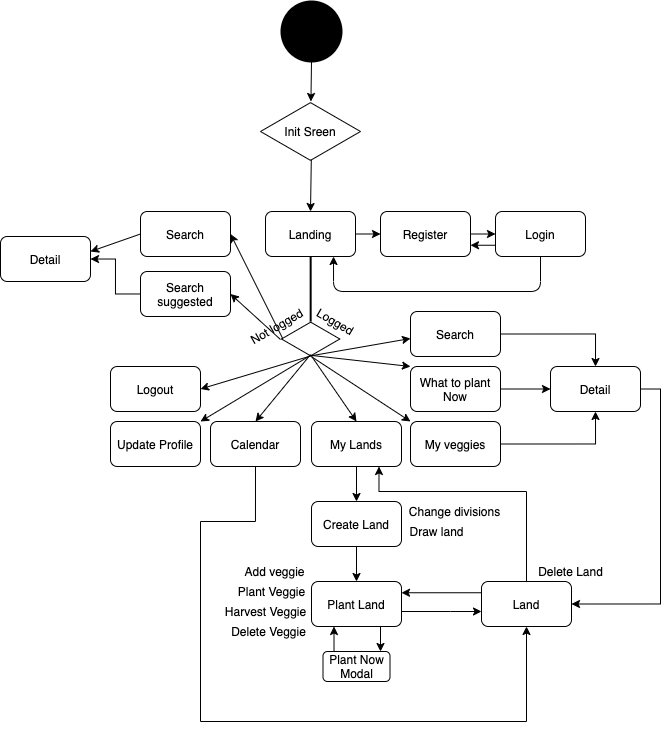
sofsscosta/HOORT keeps this draw.io diagram as images/flowchart.png. Above is the earlier version. Source tidied: cells renumbered, new cells last; positions are measured from the earlier drawing's top-left corner, leaving out a move shared by most shapes.
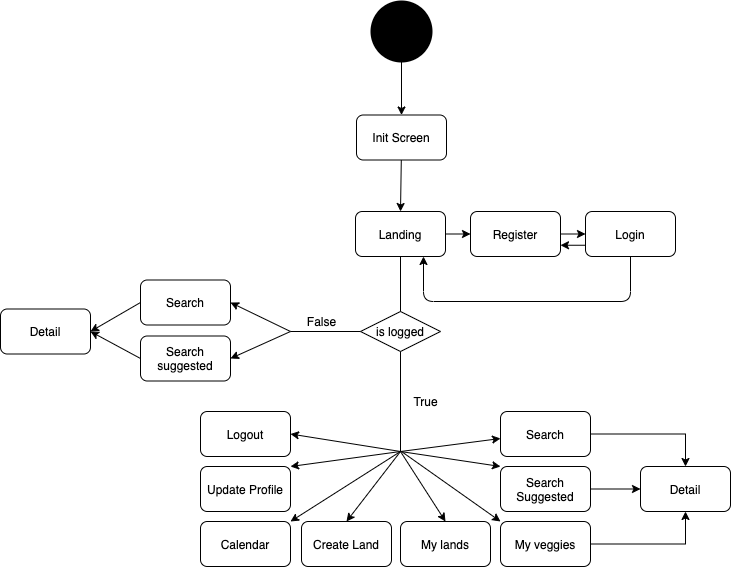
The same file after the commit.

What changed in the source:
```diff
@@ -1,40 +1,36 @@
-<mxGraphModel background="#ffffff">
+<mxGraphModel>
   <root>
     <mxCell id="0" />
     <mxCell id="1" parent="0" />
-    <mxCell id="2" style="strokeWidth=2;html=1;shape=mxgraph.flowchart.start_2;whiteSpace=wrap;fillColor=#000000;" parent="1" vertex="1">
-      <mxGeometry x="281" width="60" height="60" as="geometry" />
-    </mxCell>
-    <mxCell id="3" style="endArrow=classic;html=1;exitX=0.5;exitY=1;exitDx=0;exitDy=0;exitPerimeter=0;" parent="1" edge="1" source="2" target="4">
-      <mxGeometry relative="1" as="geometry" />
-    </mxCell>
-    <mxCell id="4" value="Init Sreen" style="html=1;whiteSpace=wrap;shape=isoRectangle;fillColor=#FFFFFF;gradientColor=#ffffff;" parent="1" vertex="1">
-      <mxGeometry x="260" y="100" width="100" height="60" as="geometry" />
-    </mxCell>
-    <mxCell id="5" style="edgeStyle=orthogonalEdgeStyle;rounded=0;jettySize=auto;html=1;" parent="1" edge="1" source="6" target="7">
-      <mxGeometry relative="1" as="geometry" />
-    </mxCell>
+    <mxCell id="62" style="strokeWidth=2;html=1;shape=mxgraph.flowchart.start_2;whiteSpace=wrap;fillColor=#000000;" parent="1" vertex="1">
+      <mxGeometry x="171" y="130" width="60" height="60" as="geometry" />
+    </mxCell>
+    <mxCell id="63" style="endArrow=classic;html=1;exitX=0.5;exitY=1;exitDx=0;exitDy=0;exitPerimeter=0;entryX=0.5;entryY=0;entryDx=0;entryDy=0;" parent="1" edge="1" source="62" target="85">
+      <mxGeometry relative="1" as="geometry" />
+    </mxCell>
     <mxCell id="6" value="Search suggested" style="rounded=1;whiteSpace=wrap;html=1;fillColor=#FFFFFF;gradientColor=#ffffff;" parent="1" vertex="1">
-      <mxGeometry x="140" y="270" width="90" height="45" as="geometry" />
+      <mxGeometry x="-60" y="464.5" width="90" height="45" as="geometry" />
     </mxCell>
-    <mxCell id="7" value="Detail" style="rounded=1;whiteSpace=wrap;html=1;fillColor=#FFFFFF;gradientColor=#ffffff;" parent="1" vertex="1">
-      <mxGeometry y="235" width="90" height="45" as="geometry" />
-    </mxCell>
-    <mxCell id="8" value="Search" style="rounded=1;whiteSpace=wrap;html=1;fillColor=#FFFFFF;gradientColor=#ffffff;" parent="1" vertex="1">
-      <mxGeometry x="140" y="210" width="90" height="45" as="geometry" />
-    </mxCell>
+    <mxCell id="64" value="Detail" style="rounded=1;whiteSpace=wrap;html=1;fillColor=#FFFFFF;gradientColor=#ffffff;" parent="1" vertex="1">
+      <mxGeometry x="-200" y="437.5" width="90" height="45" as="geometry" />
+    </mxCell>
+    <mxCell id="65" value="Search" style="rounded=1;whiteSpace=wrap;html=1;fillColor=#FFFFFF;gradientColor=#ffffff;" parent="1" vertex="1">
+      <mxGeometry x="-60" y="408.5" width="90" height="45" as="geometry" />
+    </mxCell>
     <mxCell id="9" value="Register&lt;span style=&quot;color: rgba(0 , 0 , 0 , 0) ; font-family: monospace ; font-size: 0px ; white-space: nowrap&quot;&gt;%3CmxGraphModel%3E%3Croot%3E%3CmxCell%20id%3D%220%22%2F%3E%3CmxCell%20id%3D%221%22%20parent%3D%220%22%2F%3E%3CmxCell%20id%3D%222%22%20value%3D%22Search%20suggested%22%20style%3D%22rounded%3D1%3BwhiteSpace%3Dwrap%3Bhtml%3D1%3BfillColor%3D%23FFFFFF%3BgradientColor%3D%23ffffff%3B%22%20vertex%3D%221%22%20parent%3D%221%22%3E%3CmxGeometry%20x%3D%22240%22%20y%3D%22290%22%20width%3D%2290%22%20height%3D%2245%22%20as%3D%22geometry%22%2F%3E%3C%2FmxCell%3E%3C%2Froot%3E%3C%2FmxGraphModel%3E&lt;/span&gt;" style="rounded=1;whiteSpace=wrap;html=1;fillColor=#FFFFFF;gradientColor=#ffffff;" parent="1" vertex="1">
-      <mxGeometry x="380" y="210" width="90" height="45" as="geometry" />
+      <mxGeometry x="270" y="340" width="90" height="45" as="geometry" />
     </mxCell>
     <mxCell id="10" value="Login" style="rounded=1;whiteSpace=wrap;html=1;fillColor=#FFFFFF;gradientColor=#ffffff;" parent="1" vertex="1">
-      <mxGeometry x="495" y="210" width="90" height="45" as="geometry" />
+      <mxGeometry x="385" y="340" width="90" height="45" as="geometry" />
     </mxCell>
     <mxCell id="11" value="Landing" style="rounded=1;whiteSpace=wrap;html=1;fillColor=#FFFFFF;gradientColor=#ffffff;" parent="1" vertex="1">
-      <mxGeometry x="265" y="210" width="90" height="45" as="geometry" />
+      <mxGeometry x="155" y="340" width="90" height="45" as="geometry" />
     </mxCell>
-    <mxCell id="12" style="endArrow=classic;html=1;exitX=0.508;exitY=0.969;exitDx=0;exitDy=0;exitPerimeter=0;entryX=0.5;entryY=0;entryDx=0;entryDy=0;" parent="1" edge="1" source="4" target="11">
-      <mxGeometry relative="1" as="geometry" />
-    </mxCell>
+    <mxCell id="66" style="endArrow=classic;html=1;exitX=0.508;exitY=0.969;exitDx=0;exitDy=0;exitPerimeter=0;entryX=0.5;entryY=0;entryDx=0;entryDy=0;" parent="1" edge="1" target="11">
+      <mxGeometry relative="1" as="geometry">
+        <mxPoint x="200.8" y="288.1" as="sourcePoint" />
+      </mxGeometry>
+    </mxCell>
     <mxCell id="13" style="endArrow=classic;html=1;exitX=1;exitY=0.5;exitDx=0;exitDy=0;entryX=0;entryY=0.5;entryDx=0;entryDy=0;" parent="1" edge="1" source="9" target="10">
       <mxGeometry relative="1" as="geometry" />
     </mxCell>
@@ -44,174 +40,131 @@
     <mxCell id="15" style="edgeStyle=segmentEdgeStyle;endArrow=classic;html=1;exitX=0.5;exitY=1;exitDx=0;exitDy=0;" parent="1" edge="1" source="10" target="11">
       <mxGeometry relative="1" as="geometry">
         <Array as="points">
-          <mxPoint x="540" y="290" />
-          <mxPoint x="333" y="290" />
+          <mxPoint x="430" y="430" />
+          <mxPoint x="223" y="430" />
         </Array>
       </mxGeometry>
     </mxCell>
     <mxCell id="16" style="endArrow=classic;html=1;entryX=0;entryY=0.5;entryDx=0;entryDy=0;exitX=1;exitY=0.5;exitDx=0;exitDy=0;" parent="1" edge="1" source="11" target="9">
       <mxGeometry relative="1" as="geometry" />
     </mxCell>
-    <mxCell id="17" style="html=1;whiteSpace=wrap;shape=isoRectangle;fillColor=#FFFFFF;gradientColor=#ffffff;" parent="1" vertex="1">
-      <mxGeometry x="281" y="320" width="58.3" height="35" as="geometry" />
-    </mxCell>
-    <mxCell id="18" style="line;strokeWidth=2;direction=south;html=1;fillColor=#FFFFFF;gradientColor=#ffffff;" parent="1" vertex="1">
-      <mxGeometry x="305.2" y="255" width="10" height="65" as="geometry" />
-    </mxCell>
-    <mxCell id="19" value="Not logged" style="text;html=1;align=center;verticalAlign=middle;points=[];rotation=-30;" parent="1" vertex="1">
-      <mxGeometry x="241" y="315" width="70" height="20" as="geometry" />
-    </mxCell>
-    <mxCell id="20" value="Logged" style="text;html=1;align=center;verticalAlign=middle;rotation=30;" parent="1" vertex="1">
-      <mxGeometry x="305.2" y="310" width="60" height="20" as="geometry" />
-    </mxCell>
-    <mxCell id="21" style="endArrow=classic;html=1;entryX=1;entryY=0.5;entryDx=0;entryDy=0;" parent="1" edge="1" target="6">
-      <mxGeometry relative="1" as="geometry">
-        <mxPoint x="280" y="338" as="sourcePoint" />
-      </mxGeometry>
-    </mxCell>
-    <mxCell id="22" style="endArrow=classic;html=1;exitX=0.491;exitY=1.158;exitDx=0;exitDy=0;exitPerimeter=0;entryX=1;entryY=0.5;entryDx=0;entryDy=0;" parent="1" edge="1" source="19" target="8">
-      <mxGeometry relative="1" as="geometry" />
-    </mxCell>
-    <mxCell id="23" style="endArrow=classic;html=1;exitX=0.5;exitY=0.982;exitDx=0;exitDy=0;exitPerimeter=0;" parent="1" edge="1" source="17">
-      <mxGeometry relative="1" as="geometry">
-        <mxPoint x="410" y="337" as="targetPoint" />
-      </mxGeometry>
-    </mxCell>
-    <mxCell id="24" style="edgeStyle=orthogonalEdgeStyle;rounded=0;jettySize=auto;html=1;exitX=1;exitY=0.5;exitDx=0;exitDy=0;entryX=0.5;entryY=0;entryDx=0;entryDy=0;" parent="1" edge="1" source="25" target="52">
-      <mxGeometry relative="1" as="geometry" />
-    </mxCell>
-    <mxCell id="25" value="Search" style="rounded=1;whiteSpace=wrap;html=1;fillColor=#FFFFFF;gradientColor=#ffffff;" parent="1" vertex="1">
-      <mxGeometry x="410" y="310" width="90" height="45" as="geometry" />
-    </mxCell>
-    <mxCell id="26" style="edgeStyle=orthogonalEdgeStyle;rounded=0;jettySize=auto;html=1;exitX=1;exitY=0.5;exitDx=0;exitDy=0;entryX=0;entryY=0.5;entryDx=0;entryDy=0;" parent="1" edge="1" source="27" target="52">
-      <mxGeometry relative="1" as="geometry" />
-    </mxCell>
-    <mxCell id="27" value="What to plant Now" style="rounded=1;whiteSpace=wrap;html=1;fillColor=#FFFFFF;gradientColor=#ffffff;" parent="1" vertex="1">
-      <mxGeometry x="410" y="365" width="90" height="45" as="geometry" />
-    </mxCell>
-    <mxCell id="28" style="endArrow=classic;html=1;exitX=0;exitY=0.5;exitDx=0;exitDy=0;" parent="1" edge="1" source="8">
-      <mxGeometry relative="1" as="geometry">
-        <mxPoint x="90" y="250" as="targetPoint" />
-      </mxGeometry>
-    </mxCell>
-    <mxCell id="29" style="endArrow=classic;html=1;entryX=0;entryY=0;entryDx=0;entryDy=0;exitX=0.495;exitY=0.966;exitDx=0;exitDy=0;exitPerimeter=0;" parent="1" edge="1" source="17" target="27">
-      <mxGeometry relative="1" as="geometry" />
-    </mxCell>
-    <mxCell id="30" style="edgeStyle=orthogonalEdgeStyle;rounded=0;jettySize=auto;html=1;exitX=1;exitY=0.5;exitDx=0;exitDy=0;entryX=0.5;entryY=1;entryDx=0;entryDy=0;" parent="1" edge="1" source="31" target="52">
-      <mxGeometry relative="1" as="geometry" />
-    </mxCell>
+    <mxCell id="67" style="endArrow=classic;html=1;entryX=1;entryY=0.5;entryDx=0;entryDy=0;" parent="1" edge="1" target="6">
+      <mxGeometry relative="1" as="geometry">
+        <mxPoint x="90" y="460" as="sourcePoint" />
+      </mxGeometry>
+    </mxCell>
+    <mxCell id="68" style="endArrow=classic;html=1;entryX=1;entryY=0.5;entryDx=0;entryDy=0;" parent="1" edge="1" target="65">
+      <mxGeometry relative="1" as="geometry">
+        <mxPoint x="90" y="460" as="sourcePoint" />
+      </mxGeometry>
+    </mxCell>
+    <mxCell id="69" style="endArrow=classic;html=1;" parent="1" edge="1">
+      <mxGeometry relative="1" as="geometry">
+        <mxPoint x="200" y="580" as="sourcePoint" />
+        <mxPoint x="300" y="567" as="targetPoint" />
+      </mxGeometry>
+    </mxCell>
+    <mxCell id="70" style="edgeStyle=orthogonalEdgeStyle;rounded=0;jettySize=auto;html=1;exitX=1;exitY=0.5;exitDx=0;exitDy=0;entryX=0.5;entryY=0;entryDx=0;entryDy=0;" parent="1" edge="1" source="71" target="82">
+      <mxGeometry relative="1" as="geometry" />
+    </mxCell>
+    <mxCell id="71" value="Search" style="rounded=1;whiteSpace=wrap;html=1;fillColor=#FFFFFF;gradientColor=#ffffff;" parent="1" vertex="1">
+      <mxGeometry x="300" y="540" width="90" height="45" as="geometry" />
+    </mxCell>
+    <mxCell id="72" style="edgeStyle=orthogonalEdgeStyle;rounded=0;jettySize=auto;html=1;exitX=1;exitY=0.5;exitDx=0;exitDy=0;entryX=0;entryY=0.5;entryDx=0;entryDy=0;" parent="1" edge="1" source="73" target="82">
+      <mxGeometry relative="1" as="geometry" />
+    </mxCell>
+    <mxCell id="73" value="Search Suggested" style="rounded=1;whiteSpace=wrap;html=1;fillColor=#FFFFFF;gradientColor=#ffffff;" parent="1" vertex="1">
+      <mxGeometry x="300" y="595" width="90" height="45" as="geometry" />
+    </mxCell>
+    <mxCell id="74" style="endArrow=classic;html=1;exitX=0;exitY=0.5;exitDx=0;exitDy=0;entryX=1;entryY=0.5;entryDx=0;entryDy=0;" parent="1" edge="1" source="65" target="64">
+      <mxGeometry relative="1" as="geometry" />
+    </mxCell>
+    <mxCell id="75" style="endArrow=classic;html=1;entryX=0;entryY=0;entryDx=0;entryDy=0;" parent="1" edge="1" target="73">
+      <mxGeometry relative="1" as="geometry">
+        <mxPoint x="200" y="580" as="sourcePoint" />
+      </mxGeometry>
+    </mxCell>
+    <mxCell id="76" style="edgeStyle=orthogonalEdgeStyle;rounded=0;jettySize=auto;html=1;exitX=1;exitY=0.5;exitDx=0;exitDy=0;entryX=0.5;entryY=1;entryDx=0;entryDy=0;" parent="1" edge="1" source="31" target="82">
+      <mxGeometry relative="1" as="geometry" />
+    </mxCell>
     <mxCell id="31" value="My veggies" style="rounded=1;whiteSpace=wrap;html=1;fillColor=#FFFFFF;gradientColor=#ffffff;" parent="1" vertex="1">
-      <mxGeometry x="410" y="420" width="90" height="45" as="geometry" />
+      <mxGeometry x="300" y="650" width="90" height="45" as="geometry" />
     </mxCell>
-    <mxCell id="32" style="edgeStyle=orthogonalEdgeStyle;rounded=0;jettySize=auto;html=1;" parent="1" edge="1" source="33" target="35">
-      <mxGeometry relative="1" as="geometry" />
-    </mxCell>
-    <mxCell id="33" value="My Lands" style="rounded=1;whiteSpace=wrap;html=1;fillColor=#FFFFFF;gradientColor=#ffffff;" parent="1" vertex="1">
-      <mxGeometry x="311" y="420" width="90" height="45" as="geometry" />
-    </mxCell>
-    <mxCell id="34" style="edgeStyle=orthogonalEdgeStyle;rounded=0;jettySize=auto;html=1;" parent="1" edge="1" source="35" target="38">
-      <mxGeometry relative="1" as="geometry" />
-    </mxCell>
     <mxCell id="35" value="Create Land" style="rounded=1;whiteSpace=wrap;html=1;fillColor=#FFFFFF;gradientColor=#ffffff;" parent="1" vertex="1">
-      <mxGeometry x="311" y="500" width="90" height="45" as="geometry" />
+      <mxGeometry x="101" y="650" width="90" height="45" as="geometry" />
     </mxCell>
-    <mxCell id="36" style="edgeStyle=orthogonalEdgeStyle;rounded=0;jettySize=auto;html=1;" parent="1" edge="1" source="38" target="41">
-      <mxGeometry relative="1" as="geometry">
-        <Array as="points">
-          <mxPoint x="450" y="610" />
-          <mxPoint x="450" y="610" />
-        </Array>
-      </mxGeometry>
-    </mxCell>
-    <mxCell id="37" style="edgeStyle=orthogonalEdgeStyle;rounded=0;orthogonalLoop=1;jettySize=auto;html=1;" parent="1" edge="1">
-      <mxGeometry relative="1" as="geometry">
-        <mxPoint x="380" y="625" as="sourcePoint" />
-        <mxPoint x="380" y="650" as="targetPoint" />
-      </mxGeometry>
-    </mxCell>
-    <mxCell id="38" value="Plant Land" style="rounded=1;whiteSpace=wrap;html=1;fillColor=#FFFFFF;gradientColor=#ffffff;" parent="1" vertex="1">
-      <mxGeometry x="311" y="580" width="90" height="45" as="geometry" />
-    </mxCell>
-    <mxCell id="39" value="Plant Now Modal" style="rounded=1;whiteSpace=wrap;html=1;fillColor=#FFFFFF;gradientColor=#ffffff;" parent="1" vertex="1">
-      <mxGeometry x="322.5" y="650" width="67" height="30" as="geometry" />
-    </mxCell>
-    <mxCell id="40" style="edgeStyle=orthogonalEdgeStyle;rounded=0;jettySize=auto;html=1;exitX=0.5;exitY=0;exitDx=0;exitDy=0;entryX=0.75;entryY=1;entryDx=0;entryDy=0;" parent="1" edge="1" source="41" target="33">
-      <mxGeometry relative="1" as="geometry">
-        <Array as="points">
-          <mxPoint x="526" y="490" />
-          <mxPoint x="379" y="490" />
-        </Array>
-      </mxGeometry>
-    </mxCell>
-    <mxCell id="41" value="Land" style="rounded=1;whiteSpace=wrap;html=1;fillColor=#FFFFFF;gradientColor=#ffffff;" parent="1" vertex="1">
-      <mxGeometry x="481" y="580" width="90" height="45" as="geometry" />
-    </mxCell>
-    <mxCell id="42" style="edgeStyle=orthogonalEdgeStyle;rounded=0;jettySize=auto;html=1;exitX=0.5;exitY=1;exitDx=0;exitDy=0;entryX=0.5;entryY=1;entryDx=0;entryDy=0;" parent="1" edge="1" source="43" target="41">
-      <mxGeometry relative="1" as="geometry">
-        <Array as="points">
-          <mxPoint x="255" y="520" />
-          <mxPoint x="200" y="520" />
-          <mxPoint x="200" y="720" />
-          <mxPoint x="526" y="720" />
-        </Array>
-      </mxGeometry>
-    </mxCell>
     <mxCell id="43" value="Calendar" style="rounded=1;whiteSpace=wrap;html=1;fillColor=#FFFFFF;gradientColor=#ffffff;" parent="1" vertex="1">
-      <mxGeometry x="210" y="420" width="90" height="45" as="geometry" />
+      <mxGeometry y="650" width="90" height="45" as="geometry" />
     </mxCell>
     <mxCell id="44" value="Update Profile" style="rounded=1;whiteSpace=wrap;html=1;fillColor=#FFFFFF;gradientColor=#ffffff;" parent="1" vertex="1">
-      <mxGeometry x="110" y="420" width="90" height="45" as="geometry" />
+      <mxGeometry y="595" width="90" height="45" as="geometry" />
     </mxCell>
-    <mxCell id="45" style="endArrow=classic;html=1;entryX=0;entryY=0;entryDx=0;entryDy=0;exitX=0.524;exitY=1.016;exitDx=0;exitDy=0;exitPerimeter=0;" parent="1" edge="1" source="17" target="31">
-      <mxGeometry relative="1" as="geometry" />
-    </mxCell>
-    <mxCell id="46" style="endArrow=classic;html=1;entryX=0.5;entryY=0;entryDx=0;entryDy=0;exitX=0.505;exitY=0.967;exitDx=0;exitDy=0;exitPerimeter=0;" parent="1" edge="1" source="17" target="33">
-      <mxGeometry relative="1" as="geometry" />
-    </mxCell>
-    <mxCell id="47" style="endArrow=classic;html=1;entryX=0.5;entryY=0;entryDx=0;entryDy=0;exitX=0.495;exitY=0.951;exitDx=0;exitDy=0;exitPerimeter=0;" parent="1" edge="1" source="17" target="43">
-      <mxGeometry relative="1" as="geometry" />
-    </mxCell>
+    <mxCell id="77" style="endArrow=classic;html=1;entryX=0;entryY=0;entryDx=0;entryDy=0;" parent="1" edge="1" target="31">
+      <mxGeometry relative="1" as="geometry">
+        <mxPoint x="201" y="580" as="sourcePoint" />
+      </mxGeometry>
+    </mxCell>
+    <mxCell id="78" style="endArrow=classic;html=1;entryX=0.5;entryY=0;entryDx=0;entryDy=0;" parent="1" edge="1" target="35">
+      <mxGeometry relative="1" as="geometry">
+        <mxPoint x="200" y="580" as="sourcePoint" />
+      </mxGeometry>
+    </mxCell>
+    <mxCell id="79" style="endArrow=classic;html=1;entryX=1;entryY=0;entryDx=0;entryDy=0;" parent="1" edge="1" target="43">
+      <mxGeometry relative="1" as="geometry">
+        <mxPoint x="200" y="580" as="sourcePoint" />
+      </mxGeometry>
+    </mxCell>
     <mxCell id="48" value="Logout" style="rounded=1;whiteSpace=wrap;html=1;fillColor=#FFFFFF;gradientColor=#ffffff;" parent="1" vertex="1">
-      <mxGeometry x="110" y="365" width="90" height="45" as="geometry" />
+      <mxGeometry y="540" width="90" height="45" as="geometry" />
     </mxCell>
-    <mxCell id="49" style="endArrow=classic;html=1;entryX=1;entryY=0;entryDx=0;entryDy=0;exitX=0.5;exitY=0.965;exitDx=0;exitDy=0;exitPerimeter=0;" parent="1" edge="1" source="17" target="44">
-      <mxGeometry relative="1" as="geometry" />
-    </mxCell>
-    <mxCell id="50" style="endArrow=classic;html=1;entryX=1;entryY=0.5;entryDx=0;entryDy=0;exitX=0.496;exitY=0.987;exitDx=0;exitDy=0;exitPerimeter=0;" parent="1" edge="1" source="17" target="48">
-      <mxGeometry relative="1" as="geometry" />
-    </mxCell>
-    <mxCell id="51" style="edgeStyle=orthogonalEdgeStyle;rounded=0;jettySize=auto;html=1;exitX=1;exitY=0.5;exitDx=0;exitDy=0;entryX=1;entryY=0.5;entryDx=0;entryDy=0;" parent="1" edge="1" source="52" target="41">
-      <mxGeometry relative="1" as="geometry" />
-    </mxCell>
-    <mxCell id="52" value="Detail" style="rounded=1;whiteSpace=wrap;html=1;fillColor=#FFFFFF;gradientColor=#ffffff;" parent="1" vertex="1">
-      <mxGeometry x="550" y="365" width="90" height="45" as="geometry" />
-    </mxCell>
-    <mxCell id="53" value="Add veggie" style="text;html=1;align=center;verticalAlign=middle;" parent="1" vertex="1">
-      <mxGeometry x="234" y="560" width="80" height="20" as="geometry" />
-    </mxCell>
-    <mxCell id="54" value="Plant Veggie" style="text;html=1;align=center;verticalAlign=middle;" parent="1" vertex="1">
-      <mxGeometry x="231" y="580" width="80" height="20" as="geometry" />
-    </mxCell>
-    <mxCell id="55" value="Harvest Veggie" style="text;html=1;align=center;verticalAlign=middle;" parent="1" vertex="1">
-      <mxGeometry x="215.2" y="600" width="100" height="20" as="geometry" />
-    </mxCell>
-    <mxCell id="56" value="Delete Veggie" style="text;html=1;align=center;verticalAlign=middle;" parent="1" vertex="1">
-      <mxGeometry x="223" y="620" width="90" height="20" as="geometry" />
-    </mxCell>
-    <mxCell id="57" value="Change divisions" style="text;html=1;align=center;verticalAlign=middle;" parent="1" vertex="1">
-      <mxGeometry x="399" y="500" width="110" height="20" as="geometry" />
-    </mxCell>
-    <mxCell id="58" value="Draw land" style="text;html=1;align=center;verticalAlign=middle;" parent="1" vertex="1">
-      <mxGeometry x="401" y="520" width="70" height="20" as="geometry" />
-    </mxCell>
-    <mxCell id="59" style="edgeStyle=orthogonalEdgeStyle;rounded=0;jettySize=auto;html=1;exitX=0.25;exitY=0;exitDx=0;exitDy=0;entryX=0.25;entryY=1;entryDx=0;entryDy=0;" parent="1" edge="1" source="39" target="38">
-      <mxGeometry relative="1" as="geometry" />
-    </mxCell>
-    <mxCell id="60" style="edgeStyle=orthogonalEdgeStyle;rounded=0;jettySize=auto;html=1;exitX=0;exitY=0.25;exitDx=0;exitDy=0;entryX=1;entryY=0.25;entryDx=0;entryDy=0;" parent="1" edge="1" source="41" target="38">
-      <mxGeometry relative="1" as="geometry" />
-    </mxCell>
-    <mxCell id="61" value="Delete Land" style="text;html=1;align=center;verticalAlign=middle;" parent="1" vertex="1">
-      <mxGeometry x="530" y="560" width="80" height="20" as="geometry" />
-    </mxCell>
+    <mxCell id="80" style="endArrow=classic;html=1;entryX=1;entryY=0;entryDx=0;entryDy=0;" parent="1" edge="1" target="44">
+      <mxGeometry relative="1" as="geometry">
+        <mxPoint x="200" y="580" as="sourcePoint" />
+      </mxGeometry>
+    </mxCell>
+    <mxCell id="81" style="endArrow=classic;html=1;entryX=1;entryY=0.5;entryDx=0;entryDy=0;" parent="1" edge="1" target="48">
+      <mxGeometry relative="1" as="geometry">
+        <mxPoint x="200" y="580" as="sourcePoint" />
+      </mxGeometry>
+    </mxCell>
+    <mxCell id="82" value="Detail" style="rounded=1;whiteSpace=wrap;html=1;fillColor=#FFFFFF;gradientColor=#ffffff;" parent="1" vertex="1">
+      <mxGeometry x="440" y="595" width="90" height="45" as="geometry" />
+    </mxCell>
+    <mxCell id="83" value="My lands" style="rounded=1;whiteSpace=wrap;html=1;fillColor=#FFFFFF;gradientColor=#ffffff;" parent="1" vertex="1">
+      <mxGeometry x="200" y="650" width="90" height="45" as="geometry" />
+    </mxCell>
+    <mxCell id="84" style="endArrow=classic;html=1;entryX=0.5;entryY=0;entryDx=0;entryDy=0;" parent="1" edge="1" target="83">
+      <mxGeometry relative="1" as="geometry">
+        <mxPoint x="200" y="580" as="sourcePoint" />
+      </mxGeometry>
+    </mxCell>
+    <mxCell id="85" value="Init Screen" style="rounded=1;whiteSpace=wrap;html=1;fillColor=#FFFFFF;gradientColor=#ffffff;" parent="1" vertex="1">
+      <mxGeometry x="156" y="243.5" width="90" height="45" as="geometry" />
+    </mxCell>
+    <mxCell id="86" style="endArrow=classic;html=1;exitX=0;exitY=0.5;exitDx=0;exitDy=0;entryX=1;entryY=0.5;entryDx=0;entryDy=0;" parent="1" edge="1" source="6" target="64">
+      <mxGeometry relative="1" as="geometry" />
+    </mxCell>
+    <mxCell id="87" value="is logged" style="rhombus;whiteSpace=wrap;html=1;" parent="1" vertex="1">
+      <mxGeometry x="160" y="440" width="80" height="40" as="geometry" />
+    </mxCell>
+    <mxCell id="88" style="endArrow=none;html=1;exitX=0.5;exitY=1;exitDx=0;exitDy=0;entryX=0.5;entryY=0;entryDx=0;entryDy=0;" parent="1" edge="1" source="11" target="87">
+      <mxGeometry relative="1" as="geometry" />
+    </mxCell>
+    <mxCell id="89" style="endArrow=none;html=1;exitX=0.5;exitY=1;exitDx=0;exitDy=0;" parent="1" edge="1" source="87">
+      <mxGeometry relative="1" as="geometry">
+        <mxPoint x="200" y="580" as="targetPoint" />
+      </mxGeometry>
+    </mxCell>
+    <mxCell id="90" value="True" style="text;html=1;align=center;verticalAlign=middle;" parent="1" vertex="1">
+      <mxGeometry x="205" y="520" width="40" height="20" as="geometry" />
+    </mxCell>
+    <mxCell id="91" style="endArrow=none;html=1;entryX=0;entryY=0.5;entryDx=0;entryDy=0;" parent="1" edge="1" target="87">
+      <mxGeometry relative="1" as="geometry">
+        <mxPoint x="90" y="460" as="sourcePoint" />
+      </mxGeometry>
+    </mxCell>
+    <mxCell id="92" value="False" style="text;html=1;align=center;verticalAlign=middle;" parent="1" vertex="1">
+      <mxGeometry x="101" y="440" width="40" height="20" as="geometry" />
+    </mxCell>
   </root>
 </mxGraphModel>
```
